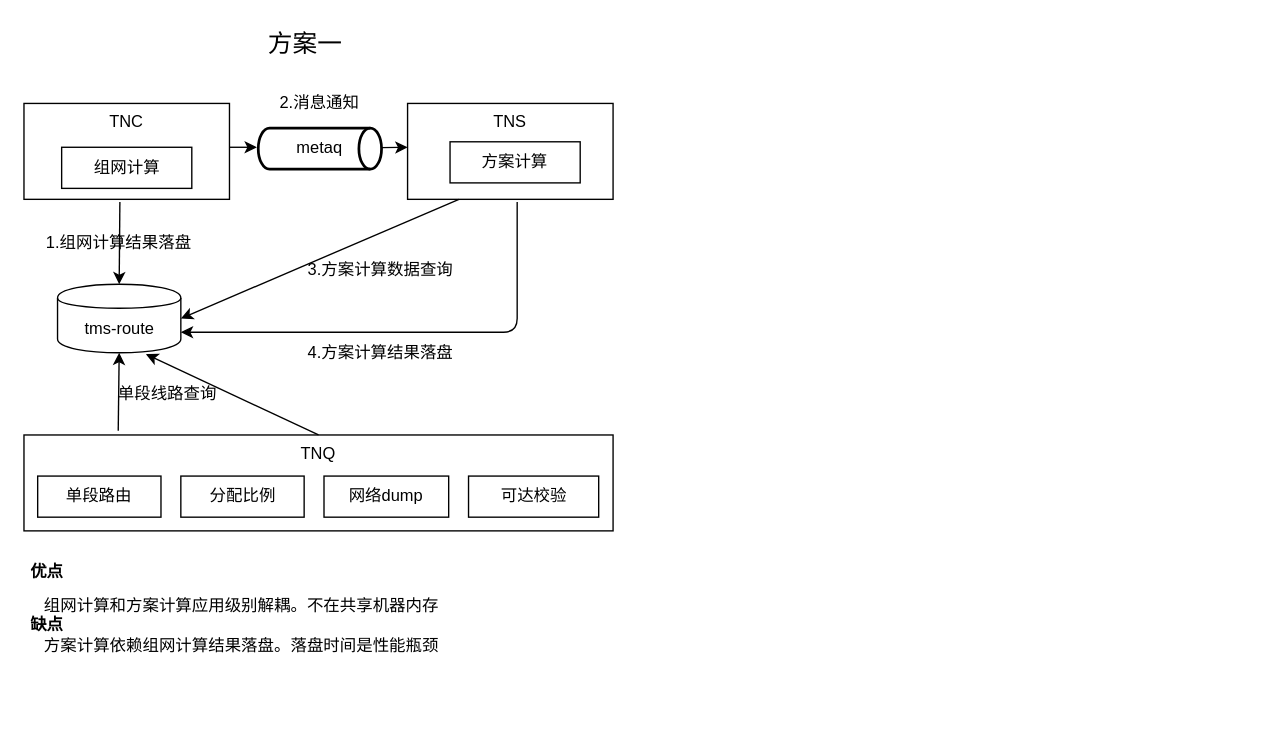
Above: Untitled Diagram.drawio in shaonianwu/cainiao (draw.io), before the change. Source tidied: cells renumbered, new cells numbered last; positions are measured from the earlier drawing's top-left corner, leaving out a move shared by most shapes. Both pictures are drawn from the tidied source at 137%, with x=0, y=0 at pixel (23, 23).
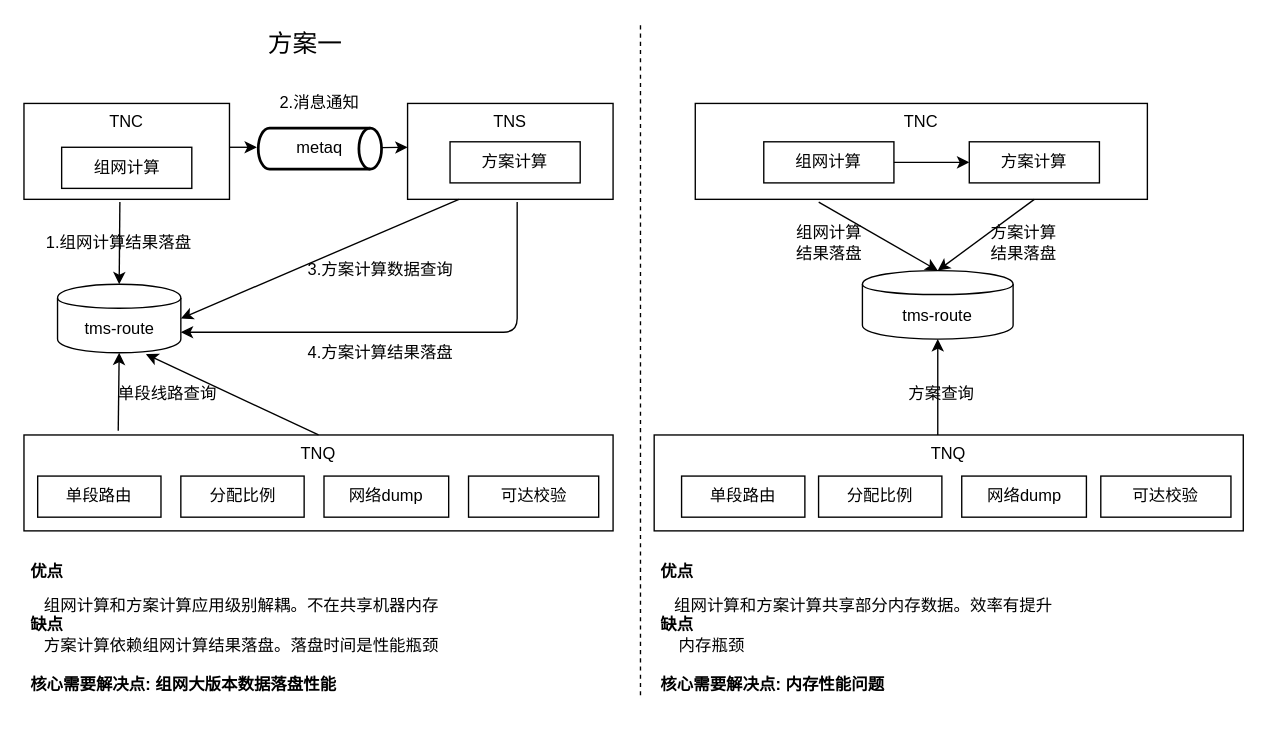
The same diagram, later.

What changed in the source:
```diff
@@
-    <mxCell id="25" value="&lt;h1 style=&quot;font-size: 15px&quot;&gt;&lt;b style=&quot;font-size: 12px&quot;&gt;优点&lt;/b&gt;&lt;br&gt;&lt;/h1&gt;&lt;div&gt;&amp;nbsp; &amp;nbsp;组网计算和方案计算应用级别解耦。不在共享机器内存&lt;/div&gt;&lt;div&gt;&lt;b&gt;缺点&lt;/b&gt;&lt;/div&gt;&lt;div&gt;&amp;nbsp; &amp;nbsp;方案计算依赖组网计算结果落盘。落盘时间是性能瓶颈&lt;/div&gt;" style="text;html=1;strokeColor=none;fillColor=none;spacing=5;spacingTop=-20;whiteSpace=wrap;overflow=hidden;rounded=0;" parent="1" vertex="1">
-      <mxGeometry y="390" width="430" height="80" as="geometry" />
+    <mxCell id="25" value="&lt;h1 style=&quot;font-size: 15px&quot;&gt;&lt;b style=&quot;font-size: 12px&quot;&gt;优点&lt;/b&gt;&lt;br&gt;&lt;/h1&gt;&lt;div&gt;&amp;nbsp; &amp;nbsp;组网计算和方案计算应用级别解耦。不在共享机器内存&lt;/div&gt;&lt;div&gt;&lt;b&gt;缺点&lt;/b&gt;&lt;/div&gt;&lt;div&gt;&amp;nbsp; &amp;nbsp;方案计算依赖组网计算结果落盘。落盘时间是性能瓶颈&lt;/div&gt;&lt;div&gt;&lt;br&gt;&lt;/div&gt;&lt;div&gt;&lt;b&gt;核心需要解决点: 组网大版本数据落盘性能&lt;/b&gt;&lt;/div&gt;" style="text;html=1;strokeColor=none;fillColor=none;spacing=5;spacingTop=-20;whiteSpace=wrap;overflow=hidden;rounded=0;" parent="1" vertex="1">
+      <mxGeometry y="390" width="430" height="110" as="geometry" />
     </mxCell>
@@
+    <mxCell id="27" style="endArrow=none;dashed=1;html=1;" parent="1" edge="1">
+      <mxGeometry relative="1" as="geometry">
+        <mxPoint x="450" y="490" as="sourcePoint" />
+        <mxPoint x="450" as="targetPoint" />
+      </mxGeometry>
+    </mxCell>
+    <mxCell id="28" value="TNC" style="rounded=0;whiteSpace=wrap;html=1;verticalAlign=top;" parent="1" vertex="1">
+      <mxGeometry x="490" y="58" width="330" height="70" as="geometry" />
+    </mxCell>
+    <mxCell id="29" value="组网计算" style="rounded=0;whiteSpace=wrap;html=1;" parent="1" vertex="1">
+      <mxGeometry x="540" y="86" width="95" height="30" as="geometry" />
+    </mxCell>
+    <mxCell id="30" style="endArrow=classic;html=1;entryX=0;entryY=0.5;entryDx=0;entryDy=0;exitX=1;exitY=0.5;exitDx=0;exitDy=0;" parent="1" edge="1" source="29" target="31">
+      <mxGeometry relative="1" as="geometry" />
+    </mxCell>
+    <mxCell id="31" value="方案计算" style="rounded=0;whiteSpace=wrap;html=1;" parent="1" vertex="1">
+      <mxGeometry x="690" y="86" width="95" height="30" as="geometry" />
+    </mxCell>
+    <mxCell id="32" value="tms-route" style="shape=cylinder;whiteSpace=wrap;html=1;boundedLbl=1;backgroundOutline=1;" parent="1" vertex="1">
+      <mxGeometry x="612" y="180" width="110" height="50" as="geometry" />
+    </mxCell>
+    <mxCell id="33" style="endArrow=classic;html=1;exitX=0.273;exitY=1.029;exitDx=0;exitDy=0;exitPerimeter=0;entryX=0.5;entryY=0;entryDx=0;entryDy=0;" parent="1" edge="1" source="28" target="32">
+      <mxGeometry relative="1" as="geometry" />
+    </mxCell>
+    <mxCell id="34" style="endArrow=classic;html=1;exitX=0.75;exitY=1;exitDx=0;exitDy=0;entryX=0.5;entryY=0;entryDx=0;entryDy=0;" parent="1" edge="1" source="28" target="32">
+      <mxGeometry relative="1" as="geometry" />
+    </mxCell>
+    <mxCell id="35" value="组网计算结果落盘" style="text;html=1;strokeColor=none;fillColor=none;align=center;verticalAlign=middle;whiteSpace=wrap;rounded=0;" parent="1" vertex="1">
+      <mxGeometry x="557.5" y="150" width="60" height="20" as="geometry" />
+    </mxCell>
+    <mxCell id="36" value="方案计算结果落盘" style="text;html=1;strokeColor=none;fillColor=none;align=center;verticalAlign=middle;whiteSpace=wrap;rounded=0;" parent="1" vertex="1">
+      <mxGeometry x="700" y="150" width="60" height="20" as="geometry" />
+    </mxCell>
+    <mxCell id="37" value="TNQ" style="rounded=0;whiteSpace=wrap;html=1;verticalAlign=top;" parent="1" vertex="1">
+      <mxGeometry x="460" y="300" width="430" height="70" as="geometry" />
+    </mxCell>
+    <mxCell id="38" value="单段路由" style="rounded=0;whiteSpace=wrap;html=1;" parent="1" vertex="1">
+      <mxGeometry x="480" y="330" width="90" height="30" as="geometry" />
+    </mxCell>
+    <mxCell id="39" value="分配比例" style="rounded=0;whiteSpace=wrap;html=1;" parent="1" vertex="1">
+      <mxGeometry x="580" y="330" width="90" height="30" as="geometry" />
+    </mxCell>
+    <mxCell id="40" value="网络dump" style="rounded=0;whiteSpace=wrap;html=1;" parent="1" vertex="1">
+      <mxGeometry x="684.5" y="330" width="91" height="30" as="geometry" />
+    </mxCell>
+    <mxCell id="41" value="可达校验" style="rounded=0;whiteSpace=wrap;html=1;" parent="1" vertex="1">
+      <mxGeometry x="786" y="330" width="95" height="30" as="geometry" />
+    </mxCell>
+    <mxCell id="42" style="endArrow=classic;html=1;entryX=0.5;entryY=1;entryDx=0;entryDy=0;" parent="1" edge="1" target="32">
+      <mxGeometry relative="1" as="geometry">
+        <mxPoint x="667" y="300" as="sourcePoint" />
+      </mxGeometry>
+    </mxCell>
+    <mxCell id="43" value="方案查询" style="text;html=1;strokeColor=none;fillColor=none;align=center;verticalAlign=middle;whiteSpace=wrap;rounded=0;" parent="1" vertex="1">
+      <mxGeometry x="640" y="260" width="60" height="20" as="geometry" />
+    </mxCell>
+    <mxCell id="44" value="&lt;h1 style=&quot;font-size: 15px&quot;&gt;&lt;b style=&quot;font-size: 12px&quot;&gt;优点&lt;/b&gt;&lt;br&gt;&lt;/h1&gt;&lt;div&gt;&amp;nbsp; &amp;nbsp;组网计算和方案计算共享部分内存数据。效率有提升&lt;/div&gt;&lt;div&gt;&lt;b&gt;缺点&lt;/b&gt;&lt;/div&gt;&lt;div&gt;&amp;nbsp; &amp;nbsp; 内存瓶颈&lt;/div&gt;&lt;div&gt;&lt;br&gt;&lt;/div&gt;&lt;div&gt;&lt;b&gt;核心需要解决点: 内存性能问题&lt;/b&gt;&lt;/div&gt;" style="text;html=1;strokeColor=none;fillColor=none;spacing=5;spacingTop=-20;whiteSpace=wrap;overflow=hidden;rounded=0;" parent="1" vertex="1">
+      <mxGeometry x="460" y="390" width="430" height="100" as="geometry" />
+    </mxCell>
```
